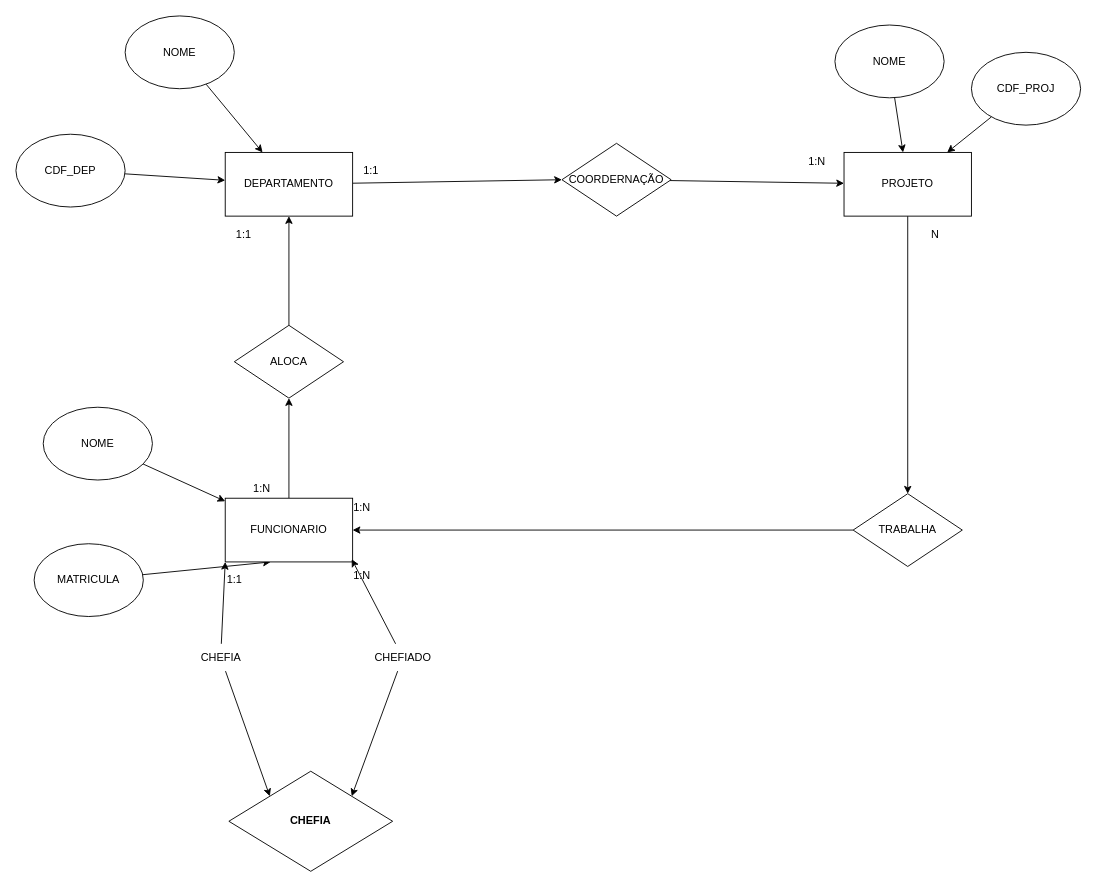
Felipeysz/Project.github.io keeps this draw.io diagram as page "EXERCICIO3/BDD/AULA1:RESPOSTAGOOGLE" (4 of 5) of Exercício SENAC/Diagrama sem nome.drawio. Above is the earlier version. Source tidied: cells renumbered, new cells numbered last; positions are measured from the earlier drawing's top-left corner, leaving out a move shared by most shapes. Both pictures are drawn from the tidied source at 91%, with x=0, y=0 at pixel (15, 15).
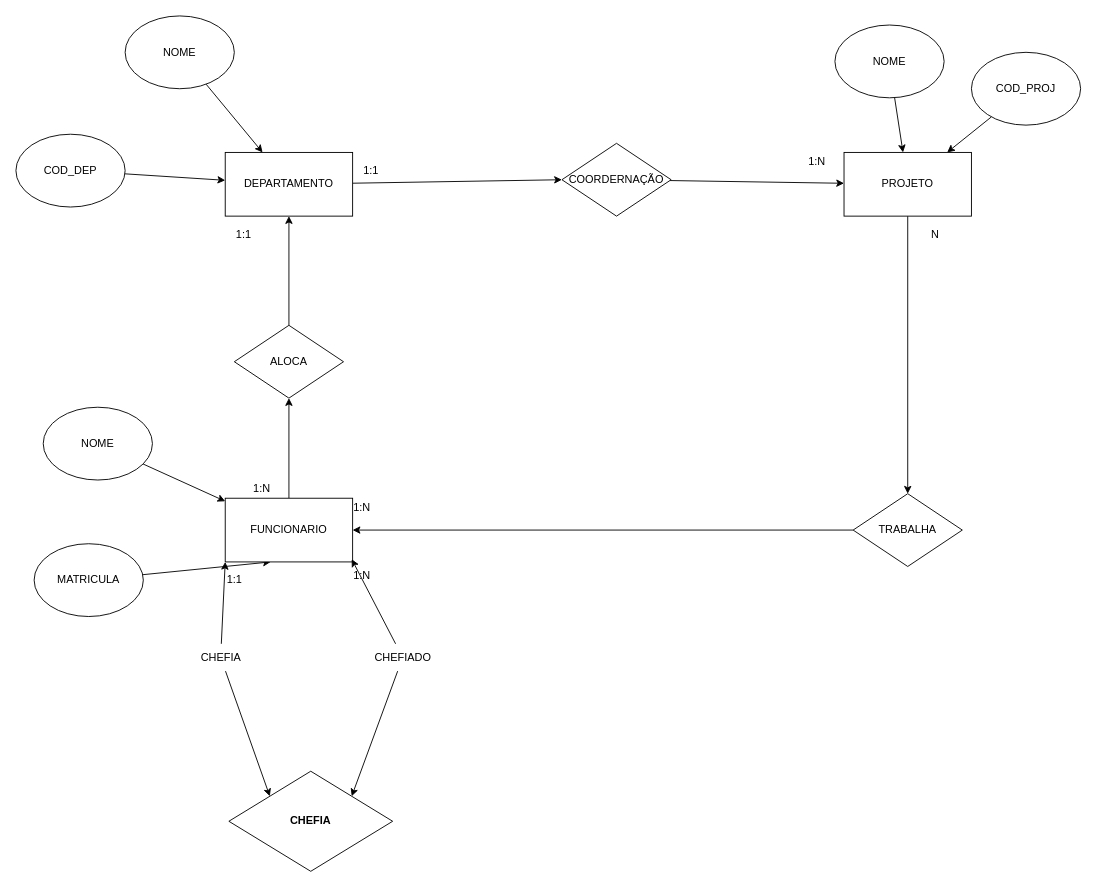
The same page after the edit.

The edit, as a diff of the source:
```diff
@@
-    <mxCell id="3" value="CDF_PROJ" style="ellipse;whiteSpace=wrap;html=1;" parent="1" vertex="1">
+    <mxCell id="3" value="COD_PROJ" style="ellipse;whiteSpace=wrap;html=1;" parent="1" vertex="1">
       <mxGeometry x="1050" y="40" width="120" height="80" as="geometry" />
     </mxCell>
@@
-    <mxCell id="13" value="CDF_DEP" style="ellipse;whiteSpace=wrap;html=1;" parent="1" vertex="1">
+    <mxCell id="13" value="COD_DEP" style="ellipse;whiteSpace=wrap;html=1;" parent="1" vertex="1">
       <mxGeometry y="130" width="120" height="80" as="geometry" />
     </mxCell>
```
